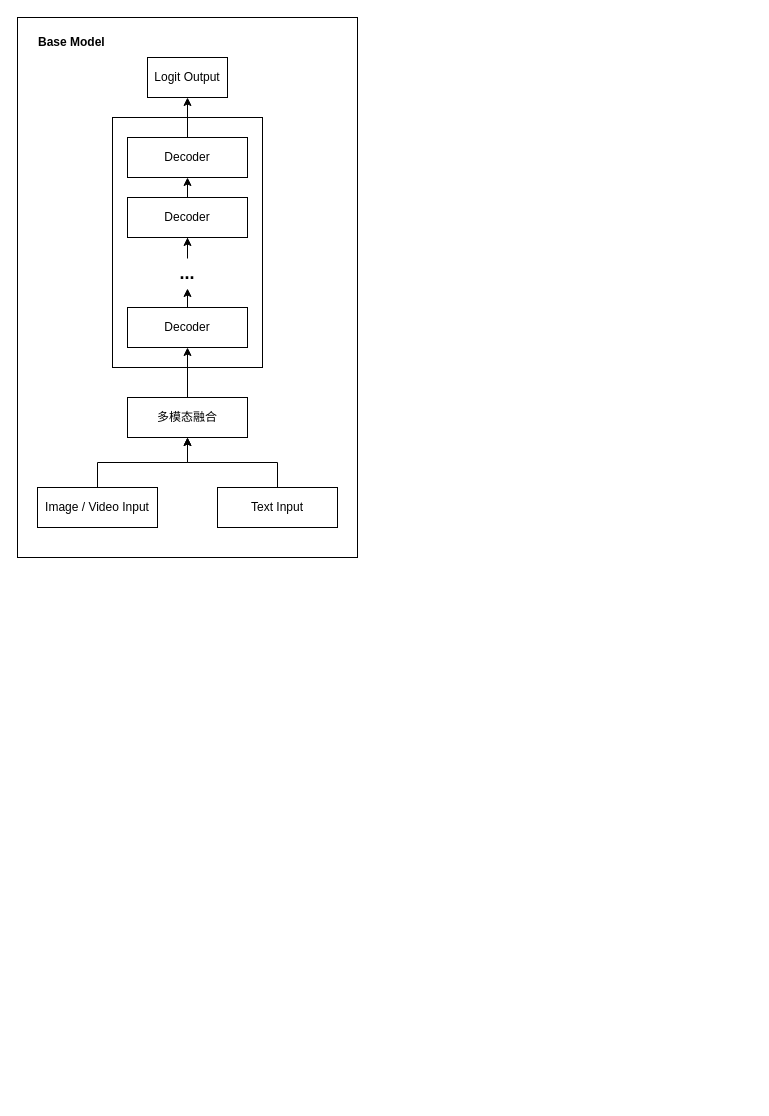
Before: somaor-f1-model-design.drawio in zmdo/sketchbook, a draw.io diagram. Source tidied: cells renumbered, new cells numbered last; positions are measured from the earlier drawing's top-left corner, leaving out a move shared by most shapes. Both pictures are drawn from the tidied source at 100%, with x=0, y=0 at pixel (17, 17).
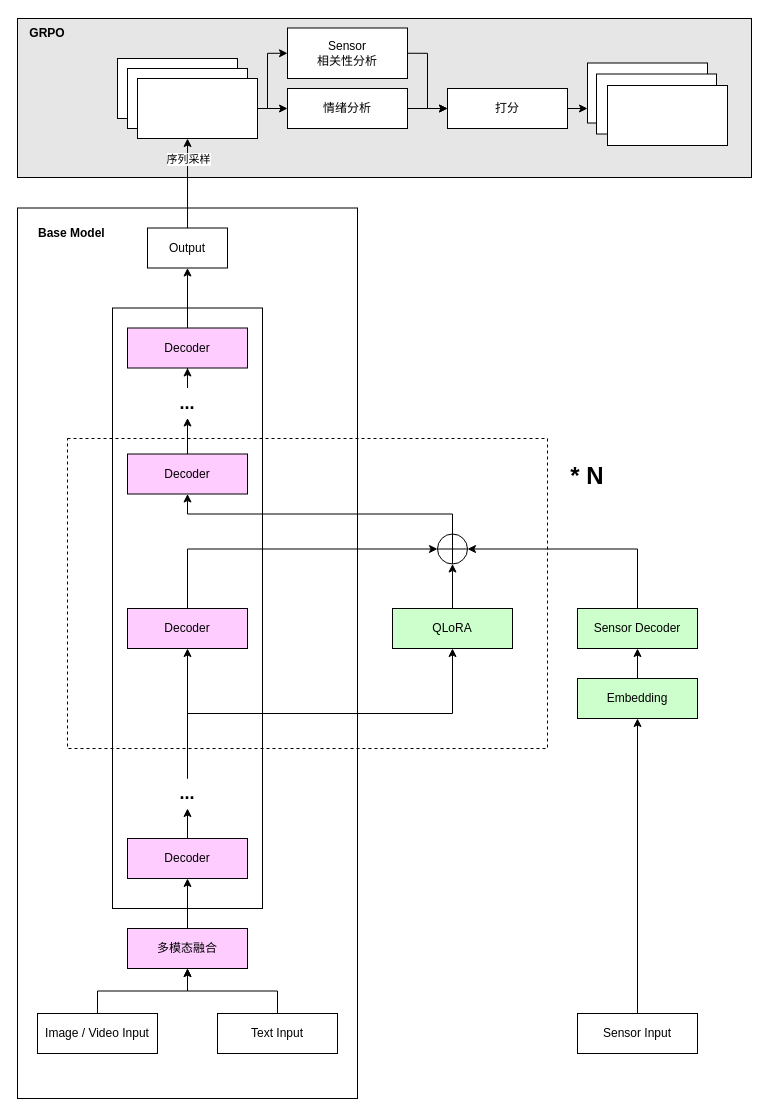
The same diagram, later.

Diff of the diagram source:
```diff
@@
     <mxCell id="2" style="rounded=0;whiteSpace=wrap;html=1;" parent="1" vertex="1">
-      <mxGeometry width="340" height="540" as="geometry" />
+      <mxGeometry y="190.5" width="340" height="890.5" as="geometry" />
     </mxCell>
+    <mxCell id="20" style="rounded=0;whiteSpace=wrap;html=1;fillColor=#E6E6E6;" parent="1" vertex="1">
+      <mxGeometry y="1" width="734" height="159" as="geometry" />
+    </mxCell>
     <mxCell id="3" style="rounded=0;whiteSpace=wrap;html=1;" parent="1" vertex="1">
-      <mxGeometry x="95" y="100" width="150" height="250" as="geometry" />
+      <mxGeometry x="95" y="290.5" width="150" height="600.5" as="geometry" />
     </mxCell>
+    <mxCell id="21" style="rounded=0;whiteSpace=wrap;html=1;fillColor=none;dashed=1;" parent="1" vertex="1">
+      <mxGeometry x="50" y="421" width="480" height="310" as="geometry" />
+    </mxCell>
@@
-    <mxCell id="5" value="Decoder" style="rounded=0;whiteSpace=wrap;html=1;" parent="1" vertex="1">
-      <mxGeometry x="110" y="120" width="120" height="40" as="geometry" />
+    <mxCell id="5" value="Decoder" style="rounded=0;whiteSpace=wrap;html=1;fillColor=#FFCCFF;" parent="1" vertex="1">
+      <mxGeometry x="110" y="310.5" width="120" height="40" as="geometry" />
     </mxCell>
-    <mxCell id="6" style="edgeStyle=orthogonalEdgeStyle;rounded=0;jettySize=auto;html=1;exitX=0.5;exitY=0;exitDx=0;exitDy=0;entryX=0.5;entryY=1;entryDx=0;entryDy=0;" parent="1" edge="1" source="7" target="5">
+    <mxCell id="6" style="edgeStyle=orthogonalEdgeStyle;rounded=0;jettySize=auto;html=1;entryX=0.5;entryY=1;entryDx=0;entryDy=0;" parent="1" edge="1" source="11" target="5">
       <mxGeometry relative="1" as="geometry" />
     </mxCell>
-    <mxCell id="7" value="Decoder" style="rounded=0;whiteSpace=wrap;html=1;" parent="1" vertex="1">
-      <mxGeometry x="110" y="180" width="120" height="40" as="geometry" />
+    <mxCell id="7" value="Decoder" style="rounded=0;whiteSpace=wrap;html=1;fillColor=#FFCCFF;" parent="1" vertex="1">
+      <mxGeometry x="110" y="436.5" width="120" height="40" as="geometry" />
     </mxCell>
-    <mxCell id="8" style="edgeStyle=orthogonalEdgeStyle;rounded=0;jettySize=auto;html=1;exitX=0.5;exitY=0;exitDx=0;exitDy=0;entryX=0.5;entryY=1;entryDx=0;entryDy=0;" parent="1" edge="1" source="9" target="11">
-      <mxGeometry relative="1" as="geometry" />
-    </mxCell>
+    <mxCell id="22" style="edgeStyle=orthogonalEdgeStyle;rounded=0;jettySize=auto;html=1;entryX=0;entryY=0.5;entryDx=0;entryDy=0;exitX=0.5;exitY=0;exitDx=0;exitDy=0;" parent="1" edge="1" source="9" target="33">
+      <mxGeometry relative="1" as="geometry" />
+    </mxCell>
-    <mxCell id="9" value="Decoder" style="rounded=0;whiteSpace=wrap;html=1;" parent="1" vertex="1">
-      <mxGeometry x="110" y="290" width="120" height="40" as="geometry" />
+    <mxCell id="9" value="Decoder" style="rounded=0;whiteSpace=wrap;html=1;fillColor=#FFCCFF;" parent="1" vertex="1">
+      <mxGeometry x="110" y="591" width="120" height="40" as="geometry" />
     </mxCell>
-    <mxCell id="10" style="edgeStyle=orthogonalEdgeStyle;rounded=0;jettySize=auto;html=1;entryX=0.5;entryY=1;entryDx=0;entryDy=0;" parent="1" edge="1" source="11" target="7">
-      <mxGeometry relative="1" as="geometry" />
-    </mxCell>
-    <mxCell id="11" value="&lt;font style=&quot;font-size: 18px;&quot;&gt;&lt;b&gt;...&lt;/b&gt;&lt;/font&gt;" style="text;html=1;whiteSpace=wrap;strokeColor=none;fillColor=none;align=center;verticalAlign=middle;rounded=0;" parent="1" vertex="1">
-      <mxGeometry x="140" y="241" width="60" height="30" as="geometry" />
-    </mxCell>
-    <mxCell id="12" style="edgeStyle=orthogonalEdgeStyle;rounded=0;jettySize=auto;html=1;entryX=0.5;entryY=1;entryDx=0;entryDy=0;" parent="1" edge="1" source="13" target="9">
-      <mxGeometry relative="1" as="geometry" />
-    </mxCell>
-    <mxCell id="13" value="多模态融合" style="rounded=0;whiteSpace=wrap;html=1;" parent="1" vertex="1">
-      <mxGeometry x="110" y="380" width="120" height="40" as="geometry" />
+    <mxCell id="13" value="多模态融合" style="rounded=0;whiteSpace=wrap;html=1;fillColor=#FFCCFF;" parent="1" vertex="1">
+      <mxGeometry x="110" y="911" width="120" height="40" as="geometry" />
     </mxCell>
-    <mxCell id="14" value="Logit Output" style="rounded=0;whiteSpace=wrap;html=1;" parent="1" vertex="1">
-      <mxGeometry x="130" y="40" width="80" height="40" as="geometry" />
+    <mxCell id="14" value="Output" style="rounded=0;whiteSpace=wrap;html=1;fillColor=#FFFFFF;" parent="1" vertex="1">
+      <mxGeometry x="130" y="210.5" width="80" height="40" as="geometry" />
     </mxCell>
@@
     <mxCell id="16" value="Image / Video Input" style="rounded=0;whiteSpace=wrap;html=1;" parent="1" vertex="1">
-      <mxGeometry x="20" y="470" width="120" height="40" as="geometry" />
+      <mxGeometry x="20" y="996" width="120" height="40" as="geometry" />
     </mxCell>
@@
     <mxCell id="18" value="Text Input" style="rounded=0;whiteSpace=wrap;html=1;" parent="1" vertex="1">
-      <mxGeometry x="200" y="470" width="120" height="40" as="geometry" />
+      <mxGeometry x="200" y="996" width="120" height="40" as="geometry" />
     </mxCell>
     <mxCell id="19" value="&lt;b&gt;Base Model&lt;/b&gt;" style="text;strokeColor=none;fillColor=none;align=left;verticalAlign=middle;spacingLeft=4;spacingRight=4;overflow=hidden;whiteSpace=wrap;html=1;" parent="1" vertex="1">
-      <mxGeometry x="15" y="10" width="80" height="30" as="geometry" />
+      <mxGeometry x="15" y="200.5" width="80" height="30" as="geometry" />
     </mxCell>
+    <mxCell id="23" style="edgeStyle=orthogonalEdgeStyle;rounded=0;jettySize=auto;html=1;entryX=0.5;entryY=1;entryDx=0;entryDy=0;exitX=0.5;exitY=0;exitDx=0;exitDy=0;" parent="1" edge="1" source="24" target="33">
+      <mxGeometry relative="1" as="geometry" />
+    </mxCell>
+    <mxCell id="24" value="QLoRA" style="rounded=0;whiteSpace=wrap;html=1;fillColor=#CCFFCC;" parent="1" vertex="1">
+      <mxGeometry x="375" y="591" width="120" height="40" as="geometry" />
+    </mxCell>
+    <mxCell id="25" style="edgeStyle=orthogonalEdgeStyle;rounded=0;jettySize=auto;html=1;exitX=0.5;exitY=0;exitDx=0;exitDy=0;entryX=0.5;entryY=1;entryDx=0;entryDy=0;" parent="1" edge="1" source="27" target="9">
+      <mxGeometry relative="1" as="geometry" />
+    </mxCell>
+    <mxCell id="26" style="edgeStyle=orthogonalEdgeStyle;rounded=0;jettySize=auto;html=1;exitX=0.5;exitY=0;exitDx=0;exitDy=0;entryX=0.5;entryY=1;entryDx=0;entryDy=0;" parent="1" edge="1" source="27" target="24">
+      <mxGeometry relative="1" as="geometry" />
+    </mxCell>
+    <mxCell id="27" value="&lt;font style=&quot;font-size: 18px;&quot;&gt;&lt;b&gt;...&lt;/b&gt;&lt;/font&gt;" style="text;html=1;whiteSpace=wrap;strokeColor=none;fillColor=none;align=center;verticalAlign=middle;rounded=0;" parent="1" vertex="1">
+      <mxGeometry x="140" y="761" width="60" height="30" as="geometry" />
+    </mxCell>
+    <mxCell id="28" style="edgeStyle=orthogonalEdgeStyle;rounded=0;jettySize=auto;html=1;" parent="1" edge="1" source="13">
+      <mxGeometry relative="1" as="geometry">
+        <mxPoint x="170" y="861" as="targetPoint" />
+      </mxGeometry>
+    </mxCell>
+    <mxCell id="29" style="edgeStyle=orthogonalEdgeStyle;rounded=0;jettySize=auto;html=1;exitX=0.5;exitY=0;exitDx=0;exitDy=0;entryX=0.5;entryY=1;entryDx=0;entryDy=0;" parent="1" edge="1" source="30" target="27">
+      <mxGeometry relative="1" as="geometry" />
+    </mxCell>
+    <mxCell id="30" value="Decoder" style="rounded=0;whiteSpace=wrap;html=1;fillColor=#FFCCFF;" parent="1" vertex="1">
+      <mxGeometry x="110" y="821" width="120" height="40" as="geometry" />
+    </mxCell>
+    <mxCell id="31" style="edgeStyle=orthogonalEdgeStyle;rounded=0;jettySize=auto;html=1;exitX=0.5;exitY=0;exitDx=0;exitDy=0;" parent="1" edge="1" source="7" target="11">
+      <mxGeometry relative="1" as="geometry" />
+    </mxCell>
+    <mxCell id="11" value="&lt;font style=&quot;font-size: 18px;&quot;&gt;&lt;b&gt;...&lt;/b&gt;&lt;/font&gt;" style="text;html=1;whiteSpace=wrap;strokeColor=none;fillColor=none;align=center;verticalAlign=middle;rounded=0;" parent="1" vertex="1">
+      <mxGeometry x="140" y="370.5" width="60" height="30" as="geometry" />
+    </mxCell>
+    <mxCell id="32" style="edgeStyle=orthogonalEdgeStyle;rounded=0;jettySize=auto;html=1;exitX=0.5;exitY=0;exitDx=0;exitDy=0;entryX=0.5;entryY=1;entryDx=0;entryDy=0;" parent="1" edge="1" source="33" target="7">
+      <mxGeometry relative="1" as="geometry" />
+    </mxCell>
+    <mxCell id="33" style="shape=orEllipse;perimeter=ellipsePerimeter;whiteSpace=wrap;html=1;backgroundOutline=1;" parent="1" vertex="1">
+      <mxGeometry x="420" y="516.5" width="30" height="30" as="geometry" />
+    </mxCell>
+    <mxCell id="34" style="edgeStyle=orthogonalEdgeStyle;rounded=0;jettySize=auto;html=1;entryX=1;entryY=0.5;entryDx=0;entryDy=0;exitX=0.5;exitY=0;exitDx=0;exitDy=0;" parent="1" edge="1" source="35" target="33">
+      <mxGeometry relative="1" as="geometry" />
+    </mxCell>
+    <mxCell id="35" value="Sensor Decoder" style="rounded=0;whiteSpace=wrap;html=1;fillColor=#CCFFCC;" parent="1" vertex="1">
+      <mxGeometry x="560" y="591" width="120" height="40" as="geometry" />
+    </mxCell>
+    <mxCell id="36" style="edgeStyle=orthogonalEdgeStyle;rounded=0;jettySize=auto;html=1;" parent="1" edge="1" source="39" target="35">
+      <mxGeometry relative="1" as="geometry" />
+    </mxCell>
+    <mxCell id="37" value="Sensor Input" style="rounded=0;whiteSpace=wrap;html=1;" parent="1" vertex="1">
+      <mxGeometry x="560" y="996" width="120" height="40" as="geometry" />
+    </mxCell>
+    <mxCell id="38" style="edgeStyle=orthogonalEdgeStyle;rounded=0;jettySize=auto;html=1;" parent="1" edge="1" source="37" target="39">
+      <mxGeometry relative="1" as="geometry" />
+    </mxCell>
+    <mxCell id="39" value="Embedding" style="rounded=0;whiteSpace=wrap;html=1;fillColor=#CCFFCC;" parent="1" vertex="1">
+      <mxGeometry x="560" y="661" width="120" height="40" as="geometry" />
+    </mxCell>
+    <mxCell id="40" style="rounded=0;whiteSpace=wrap;html=1;" parent="1" vertex="1">
+      <mxGeometry x="100" y="41" width="120" height="60" as="geometry" />
+    </mxCell>
+    <mxCell id="41" style="rounded=0;whiteSpace=wrap;html=1;" parent="1" vertex="1">
+      <mxGeometry x="110" y="51" width="120" height="60" as="geometry" />
+    </mxCell>
+    <mxCell id="42" style="edgeStyle=orthogonalEdgeStyle;rounded=0;jettySize=auto;html=1;entryX=0;entryY=0.5;entryDx=0;entryDy=0;" parent="1" edge="1" source="44" target="46">
+      <mxGeometry relative="1" as="geometry" />
+    </mxCell>
+    <mxCell id="43" style="edgeStyle=orthogonalEdgeStyle;rounded=0;jettySize=auto;html=1;exitX=1;exitY=0.5;exitDx=0;exitDy=0;entryX=0;entryY=0.5;entryDx=0;entryDy=0;" parent="1" edge="1" source="44" target="56">
+      <mxGeometry relative="1" as="geometry">
+        <Array as="points">
+          <mxPoint x="250" y="91" />
+          <mxPoint x="250" y="35.8" />
+        </Array>
+      </mxGeometry>
+    </mxCell>
+    <mxCell id="44" style="rounded=0;whiteSpace=wrap;html=1;" parent="1" vertex="1">
+      <mxGeometry x="120" y="61" width="120" height="60" as="geometry" />
+    </mxCell>
+    <mxCell id="45" style="edgeStyle=orthogonalEdgeStyle;rounded=0;jettySize=auto;html=1;entryX=0;entryY=0.75;entryDx=0;entryDy=0;" parent="1" edge="1" source="52" target="49">
+      <mxGeometry relative="1" as="geometry" />
+    </mxCell>
+    <mxCell id="46" value="情绪分析" style="rounded=0;whiteSpace=wrap;html=1;" parent="1" vertex="1">
+      <mxGeometry x="270" y="71" width="120" height="40" as="geometry" />
+    </mxCell>
+    <mxCell id="47" style="edgeStyle=orthogonalEdgeStyle;rounded=0;jettySize=auto;html=1;entryX=0.417;entryY=1;entryDx=0;entryDy=0;entryPerimeter=0;" parent="1" edge="1" source="14" target="44">
+      <mxGeometry relative="1" as="geometry" />
+    </mxCell>
+    <mxCell id="48" value="序列采样" style="edgeLabel;html=1;align=center;verticalAlign=middle;" parent="47" vertex="1">
+      <mxGeometry x="0.12" y="-3" relative="1" as="geometry">
+        <mxPoint x="-3" y="-19" as="offset" />
+      </mxGeometry>
+    </mxCell>
+    <mxCell id="49" style="rounded=0;whiteSpace=wrap;html=1;" parent="1" vertex="1">
+      <mxGeometry x="570" y="45.5" width="120" height="60" as="geometry" />
+    </mxCell>
+    <mxCell id="50" style="rounded=0;whiteSpace=wrap;html=1;" parent="1" vertex="1">
+      <mxGeometry x="579" y="56.5" width="120" height="60" as="geometry" />
+    </mxCell>
+    <mxCell id="51" style="edgeStyle=orthogonalEdgeStyle;rounded=0;jettySize=auto;html=1;exitX=1;exitY=0.5;exitDx=0;exitDy=0;" parent="1" edge="1" source="46" target="52">
+      <mxGeometry relative="1" as="geometry" />
+    </mxCell>
+    <mxCell id="52" value="打分" style="rounded=0;whiteSpace=wrap;html=1;" parent="1" vertex="1">
+      <mxGeometry x="430" y="71" width="120" height="40" as="geometry" />
+    </mxCell>
+    <mxCell id="53" style="rounded=0;whiteSpace=wrap;html=1;" parent="1" vertex="1">
+      <mxGeometry x="590" y="68" width="120" height="60" as="geometry" />
+    </mxCell>
+    <mxCell id="54" value="&lt;b&gt;GRPO&lt;/b&gt;" style="text;html=1;whiteSpace=wrap;strokeColor=none;fillColor=none;align=center;verticalAlign=middle;rounded=0;" parent="1" vertex="1">
+      <mxGeometry y="1" width="60" height="30" as="geometry" />
+    </mxCell>
+    <mxCell id="55" style="edgeStyle=orthogonalEdgeStyle;rounded=0;jettySize=auto;html=1;exitX=1;exitY=0.5;exitDx=0;exitDy=0;entryX=0;entryY=0.5;entryDx=0;entryDy=0;" parent="1" edge="1" source="56" target="52">
+      <mxGeometry relative="1" as="geometry" />
+    </mxCell>
+    <mxCell id="56" value="Sensor&lt;br&gt;相关性分析" style="rounded=0;whiteSpace=wrap;html=1;" parent="1" vertex="1">
+      <mxGeometry x="270" y="10.5" width="120" height="50.5" as="geometry" />
+    </mxCell>
+    <mxCell id="57" value="&lt;br&gt;&lt;div&gt;&lt;font style=&quot;font-size: 24px;&quot;&gt;&lt;b&gt;* N&lt;/b&gt;&lt;/font&gt;&lt;/div&gt;" style="text;html=1;whiteSpace=wrap;strokeColor=none;fillColor=none;align=center;verticalAlign=middle;rounded=0;" parent="1" vertex="1">
+      <mxGeometry x="540" y="436.5" width="60" height="30" as="geometry" />
+    </mxCell>
```
